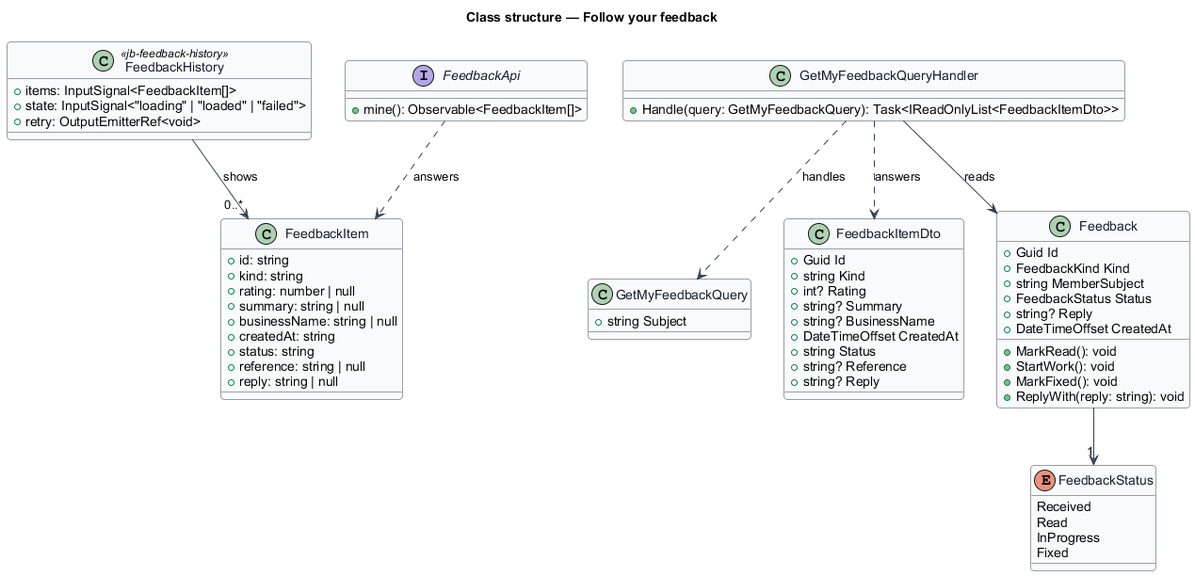
This is docs/detailed-designs/feedback/follow-your-feedback/diagrams/class-structure.png from QuinntyneBrown/jubilee, a PlantUML export, as it was before one commit.
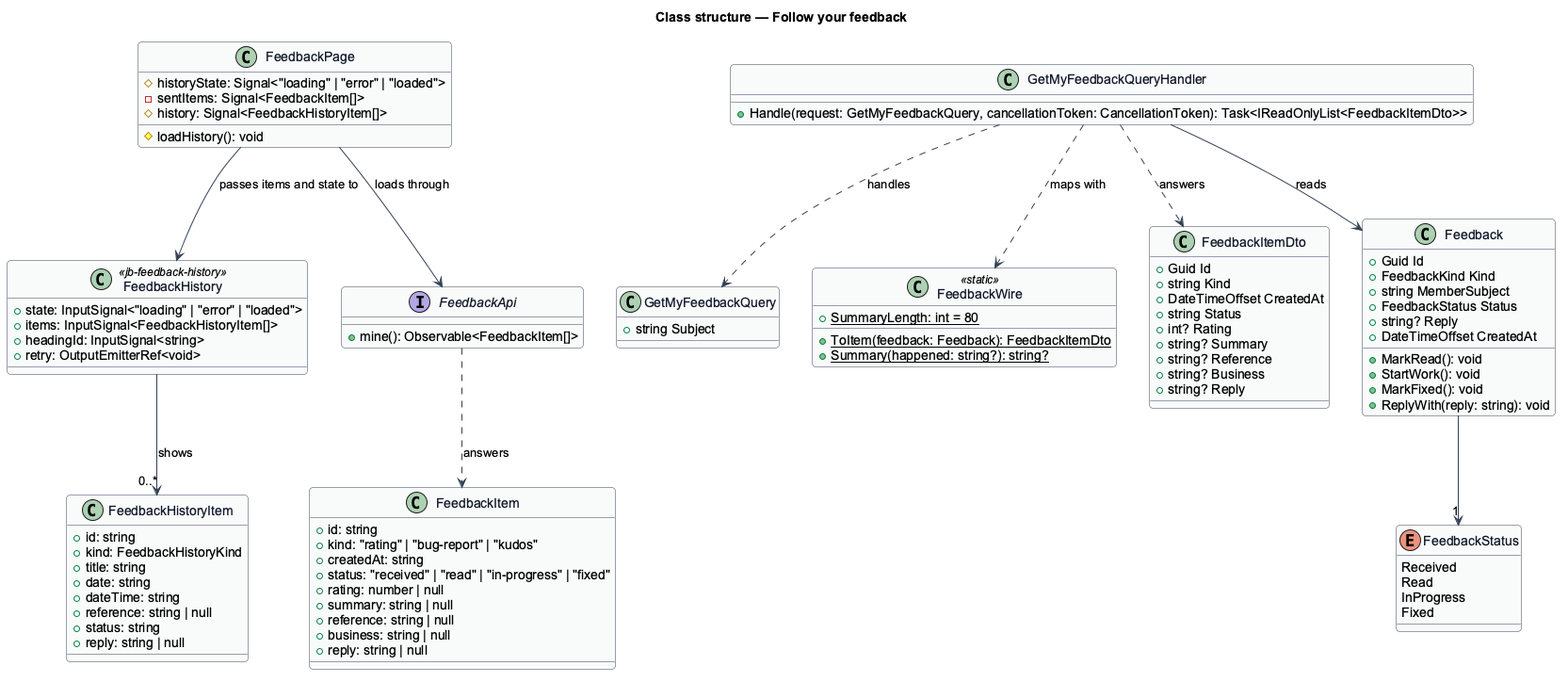
After the change.

The edit, as a diff of the source:
```diff
@@ -11,10 +11,29 @@
 }
 title Class structure — Follow your feedback
 
+class FeedbackPage {
+  #historyState: Signal<"loading" | "error" | "loaded">
+  -sentItems: Signal<FeedbackItem[]>
+  #history: Signal<FeedbackHistoryItem[]>
+  #loadHistory(): void
+}
+
 class FeedbackHistory <<jb-feedback-history>> {
-  +items: InputSignal<FeedbackItem[]>
-  +state: InputSignal<"loading" | "loaded" | "failed">
+  +state: InputSignal<"loading" | "error" | "loaded">
+  +items: InputSignal<FeedbackHistoryItem[]>
+  +headingId: InputSignal<string>
   +retry: OutputEmitterRef<void>
+}
+
+class FeedbackHistoryItem {
+  +id: string
+  +kind: FeedbackHistoryKind
+  +title: string
+  +date: string
+  +dateTime: string
+  +reference: string | null
+  +status: string
+  +reply: string | null
 }
 
 interface FeedbackApi {
@@ -23,13 +42,13 @@
 
 class FeedbackItem {
   +id: string
-  +kind: string
+  +kind: "rating" | "bug-report" | "kudos"
+  +createdAt: string
+  +status: "received" | "read" | "in-progress" | "fixed"
   +rating: number | null
   +summary: string | null
-  +businessName: string | null
-  +createdAt: string
-  +status: string
   +reference: string | null
+  +business: string | null
   +reply: string | null
 }
 
@@ -38,18 +57,24 @@
 }
 
 class GetMyFeedbackQueryHandler {
-  +Handle(query: GetMyFeedbackQuery): Task<IReadOnlyList<FeedbackItemDto>>
+  +Handle(request: GetMyFeedbackQuery, cancellationToken: CancellationToken): Task<IReadOnlyList<FeedbackItemDto>>
+}
+
+class FeedbackWire <<static>> {
+  +{static} SummaryLength: int = 80
+  +{static} ToItem(feedback: Feedback): FeedbackItemDto
+  +{static} Summary(happened: string?): string?
 }
 
 class FeedbackItemDto {
   +Guid Id
   +string Kind
+  +DateTimeOffset CreatedAt
+  +string Status
   +int? Rating
   +string? Summary
-  +string? BusinessName
-  +DateTimeOffset CreatedAt
-  +string Status
   +string? Reference
+  +string? Business
   +string? Reply
 }
 
@@ -73,10 +98,13 @@
   +ReplyWith(reply: string): void
 }
 
-FeedbackHistory --> "0..*" FeedbackItem : shows
+FeedbackPage --> FeedbackApi : loads through
+FeedbackPage --> FeedbackHistory : passes items and state to
+FeedbackHistory --> "0..*" FeedbackHistoryItem : shows
 FeedbackApi ..> FeedbackItem : answers
 GetMyFeedbackQueryHandler ..> GetMyFeedbackQuery : handles
 GetMyFeedbackQueryHandler ..> FeedbackItemDto : answers
 GetMyFeedbackQueryHandler --> Feedback : reads
+GetMyFeedbackQueryHandler ..> FeedbackWire : maps with
 Feedback --> "1" FeedbackStatus
 @enduml
```
